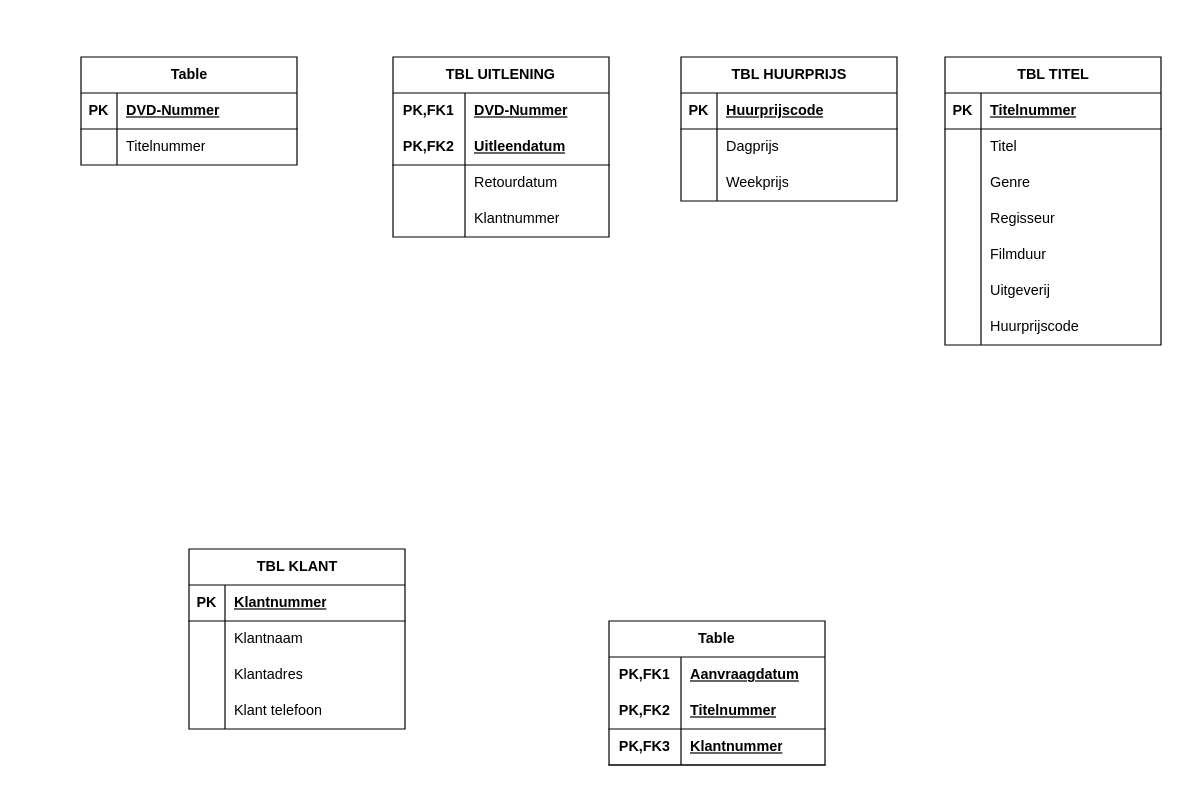
Earlier version of the draw.io diagram Voorbeeld_Opgave_2.drawio (Kristian-5/Database_Normalisatie). Source tidied: cells renumbered, new cells numbered last; positions are measured from the earlier drawing's top-left corner, leaving out a move shared by most shapes. Both pictures are drawn from the tidied source at 120%, with x=0, y=0 at pixel (80, 56).
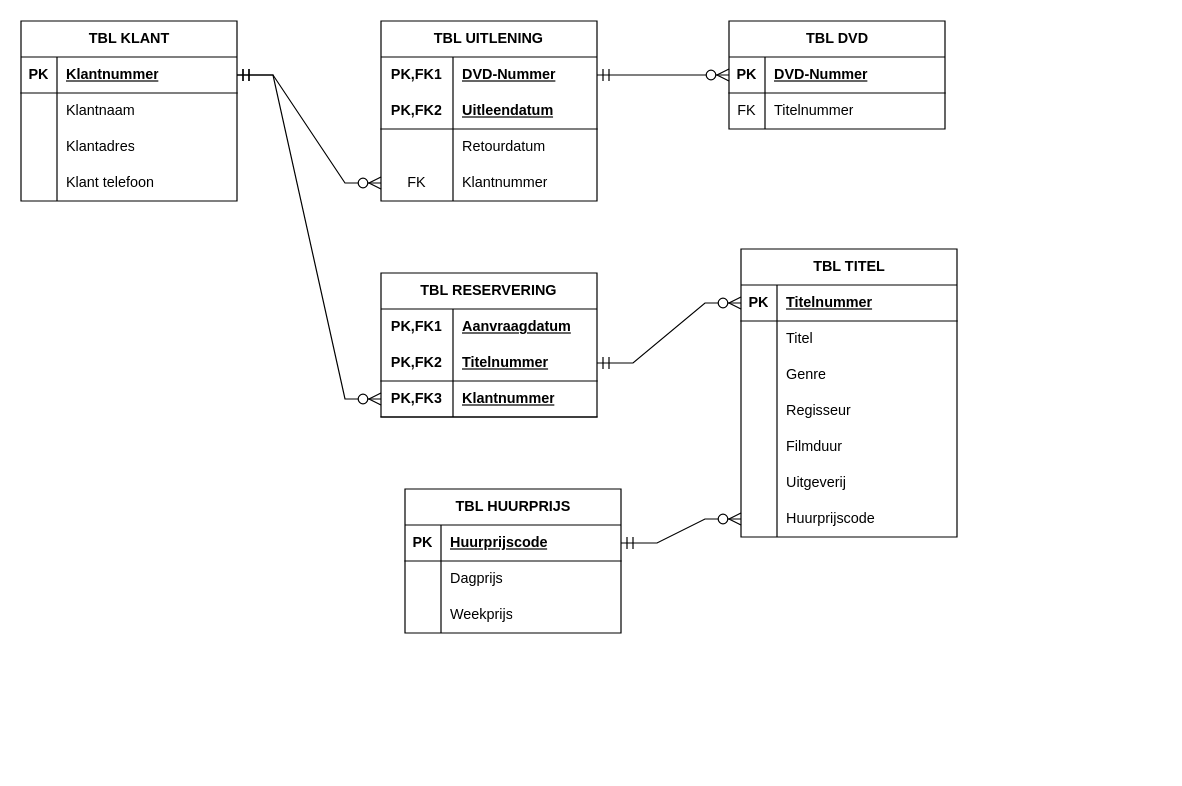
The same page after the edit.

The change refers to these unchanged cells:
```xml
<mxCell id="3" style="shape=tableRow;horizontal=0;startSize=0;swimlaneHead=0;swimlaneBody=0;fillColor=none;points=[[0,0.5],[1,0.5]];portConstraint=eastwest;top=0;left=0;right=0;bottom=1;" parent="2" vertex="1">
  <mxGeometry y="30" width="180" height="30" as="geometry" />
</mxCell>
<mxCell id="19" style="shape=tableRow;horizontal=0;startSize=0;swimlaneHead=0;swimlaneBody=0;fillColor=none;points=[[0,0.5],[1,0.5]];portConstraint=eastwest;top=0;left=0;right=0;bottom=1;html=1;" parent="15" vertex="1">
  <mxGeometry y="60" width="180" height="30" as="geometry" />
</mxCell>
<mxCell id="22" style="shape=tableRow;horizontal=0;startSize=0;swimlaneHead=0;swimlaneBody=0;fillColor=none;points=[[0,0.5],[1,0.5]];portConstraint=eastwest;top=0;left=0;right=0;bottom=1;html=1;" parent="15" vertex="1">
  <mxGeometry y="90" width="180" height="30" as="geometry" />
</mxCell>
<mxCell id="26" style="shape=tableRow;horizontal=0;startSize=0;swimlaneHead=0;swimlaneBody=0;fillColor=none;points=[[0,0.5],[1,0.5]];portConstraint=eastwest;top=0;left=0;right=0;bottom=1;" parent="25" vertex="1">
  <mxGeometry y="30" width="180" height="30" as="geometry" />
</mxCell>
<mxCell id="29" style="shape=tableRow;horizontal=0;startSize=0;swimlaneHead=0;swimlaneBody=0;fillColor=none;top=0;left=0;right=0;bottom=0;" parent="25" vertex="1">
  <mxGeometry y="60" width="180" height="30" as="geometry" />
</mxCell>
<mxCell id="33" style="shape=tableRow;horizontal=0;startSize=0;swimlaneHead=0;swimlaneBody=0;fillColor=none;points=[[0,0.5],[1,0.5]];portConstraint=eastwest;top=0;left=0;right=0;bottom=0;html=1;" parent="32" vertex="1">
  <mxGeometry y="30" width="180" height="30" as="geometry" />
</mxCell>
<mxCell id="42" style="shape=tableRow;horizontal=0;startSize=0;swimlaneHead=0;swimlaneBody=0;fillColor=none;points=[[0,0.5],[1,0.5]];portConstraint=eastwest;top=0;left=0;right=0;bottom=0;html=1;" parent="32" vertex="1">
  <mxGeometry y="120" width="180" height="30" as="geometry" />
</mxCell>
<mxCell id="46" style="shape=tableRow;horizontal=0;startSize=0;swimlaneHead=0;swimlaneBody=0;fillColor=none;points=[[0,0.5],[1,0.5]];portConstraint=eastwest;top=0;left=0;right=0;bottom=1;" parent="45" vertex="1">
  <mxGeometry y="30" width="180" height="30" as="geometry" />
</mxCell>
<mxCell id="56" style="shape=tableRow;horizontal=0;startSize=0;swimlaneHead=0;swimlaneBody=0;fillColor=none;points=[[0,0.5],[1,0.5]];portConstraint=eastwest;top=0;left=0;right=0;bottom=1;" parent="55" vertex="1">
  <mxGeometry y="30" width="180" height="30" as="geometry" />
</mxCell>
<mxCell id="74" style="shape=tableRow;horizontal=0;startSize=0;swimlaneHead=0;swimlaneBody=0;fillColor=none;points=[[0,0.5],[1,0.5]];portConstraint=eastwest;top=0;left=0;right=0;bottom=0;" parent="55" vertex="1">
  <mxGeometry y="210" width="180" height="30" as="geometry" />
</mxCell>
```

Diff of the diagram source:
```diff
@@
     <mxCell id="2" value="TBL KLANT" style="shape=table;startSize=30;childLayout=tableLayout;rowLines=0;fontStyle=1;align=center;html=1;" parent="1" vertex="1">
-      <mxGeometry x="90" y="410" width="180" height="150" as="geometry" />
+      <mxGeometry x="-50" y="-30" width="180" height="150" as="geometry" />
     </mxCell>
@@
-    <mxCell id="15" value="Table" style="shape=table;startSize=30;childLayout=tableLayout;rowLines=0;fontStyle=1;align=center;html=1;whiteSpace=wrap;" parent="1" vertex="1">
-      <mxGeometry x="440" y="470" width="180" height="120" as="geometry" />
+    <mxCell id="15" value="TBL RESERVERING" style="shape=table;startSize=30;childLayout=tableLayout;rowLines=0;fontStyle=1;align=center;html=1;whiteSpace=wrap;" parent="1" vertex="1">
+      <mxGeometry x="250" y="180" width="180" height="120" as="geometry" />
     </mxCell>
@@
-    <mxCell id="25" value="Table" style="shape=table;startSize=30;childLayout=tableLayout;rowLines=0;fontStyle=1;align=center;html=1;" parent="1" vertex="1">
-      <mxGeometry width="180" height="90" as="geometry" />
+    <mxCell id="25" value="TBL DVD" style="shape=table;startSize=30;childLayout=tableLayout;rowLines=0;fontStyle=1;align=center;html=1;" parent="1" vertex="1">
+      <mxGeometry x="540" y="-30" width="180" height="90" as="geometry" />
     </mxCell>
@@
-    <mxCell id="30" style="shape=partialRectangle;fillColor=none;top=0;left=0;bottom=0;right=0;overflow=hidden;whiteSpace=wrap;html=1;" parent="29" vertex="1">
+    <mxCell id="30" value="FK" style="shape=partialRectangle;fillColor=none;top=0;left=0;bottom=0;right=0;overflow=hidden;whiteSpace=wrap;html=1;" parent="29" vertex="1">
       <mxGeometry width="30" height="30" as="geometry" />
     </mxCell>
@@
     <mxCell id="32" value="TBL UITLENING" style="shape=table;startSize=30;childLayout=tableLayout;rowLines=0;fontStyle=1;align=center;html=1;whiteSpace=wrap;" parent="1" vertex="1">
-      <mxGeometry x="260" width="180" height="150" as="geometry" />
+      <mxGeometry x="250" y="-30" width="180" height="150" as="geometry" />
     </mxCell>
@@
-    <mxCell id="43" style="shape=partialRectangle;fillColor=none;top=0;left=0;bottom=0;right=0;overflow=hidden;html=1;whiteSpace=wrap;" parent="42" vertex="1">
+    <mxCell id="43" value="FK" style="shape=partialRectangle;fillColor=none;top=0;left=0;bottom=0;right=0;overflow=hidden;html=1;whiteSpace=wrap;" parent="42" vertex="1">
       <mxGeometry width="60" height="30" as="geometry" />
     </mxCell>
@@
     <mxCell id="45" value="TBL HUURPRIJS" style="shape=table;startSize=30;childLayout=tableLayout;rowLines=0;fontStyle=1;align=center;html=1;" parent="1" vertex="1">
-      <mxGeometry x="500" width="180" height="120" as="geometry" />
+      <mxGeometry x="270" y="360" width="180" height="120" as="geometry" />
     </mxCell>
@@
     <mxCell id="55" value="TBL TITEL" style="shape=table;startSize=30;childLayout=tableLayout;rowLines=0;fontStyle=1;align=center;html=1;" parent="1" vertex="1">
-      <mxGeometry x="720" width="180" height="240" as="geometry" />
+      <mxGeometry x="550" y="160" width="180" height="240" as="geometry" />
     </mxCell>
@@
+    <mxCell id="77" style="edgeStyle=entityRelationEdgeStyle;fontSize=12;html=1;endArrow=ERzeroToMany;startArrow=ERmandOne;rounded=0;startSize=8;endSize=8;exitX=1;exitY=0.5;exitDx=0;exitDy=0;entryX=0;entryY=0.5;entryDx=0;entryDy=0;" parent="1" edge="1" source="3" target="42">
+      <mxGeometry relative="1" as="geometry" />
+    </mxCell>
+    <mxCell id="78" style="edgeStyle=orthogonalEdgeStyle;fontSize=12;html=1;endArrow=ERzeroToMany;startArrow=ERmandOne;rounded=0;startSize=8;endSize=8;curved=1;exitX=1;exitY=0.5;exitDx=0;exitDy=0;entryX=0;entryY=0.5;entryDx=0;entryDy=0;" parent="1" edge="1" source="33" target="26">
+      <mxGeometry relative="1" as="geometry" />
+    </mxCell>
+    <mxCell id="79" style="edgeStyle=entityRelationEdgeStyle;fontSize=12;html=1;endArrow=ERzeroToMany;startArrow=ERmandOne;rounded=0;startSize=8;endSize=8;exitX=1;exitY=0.5;exitDx=0;exitDy=0;entryX=0;entryY=0.5;entryDx=0;entryDy=0;" parent="1" edge="1" source="19" target="56">
+      <mxGeometry relative="1" as="geometry" />
+    </mxCell>
+    <mxCell id="80" style="edgeStyle=entityRelationEdgeStyle;fontSize=12;html=1;endArrow=ERzeroToMany;startArrow=ERmandOne;rounded=0;startSize=8;endSize=8;entryX=0;entryY=0.5;entryDx=0;entryDy=0;exitX=1;exitY=0.5;exitDx=0;exitDy=0;" parent="1" edge="1" source="3" target="22">
+      <mxGeometry relative="1" as="geometry" />
+    </mxCell>
+    <mxCell id="81" style="edgeStyle=entityRelationEdgeStyle;fontSize=12;html=1;endArrow=ERzeroToMany;startArrow=ERmandOne;rounded=0;startSize=8;endSize=8;exitX=1;exitY=0.5;exitDx=0;exitDy=0;entryX=0;entryY=0.5;entryDx=0;entryDy=0;" parent="1" edge="1" source="46" target="74">
+      <mxGeometry relative="1" as="geometry" />
+    </mxCell>
```
